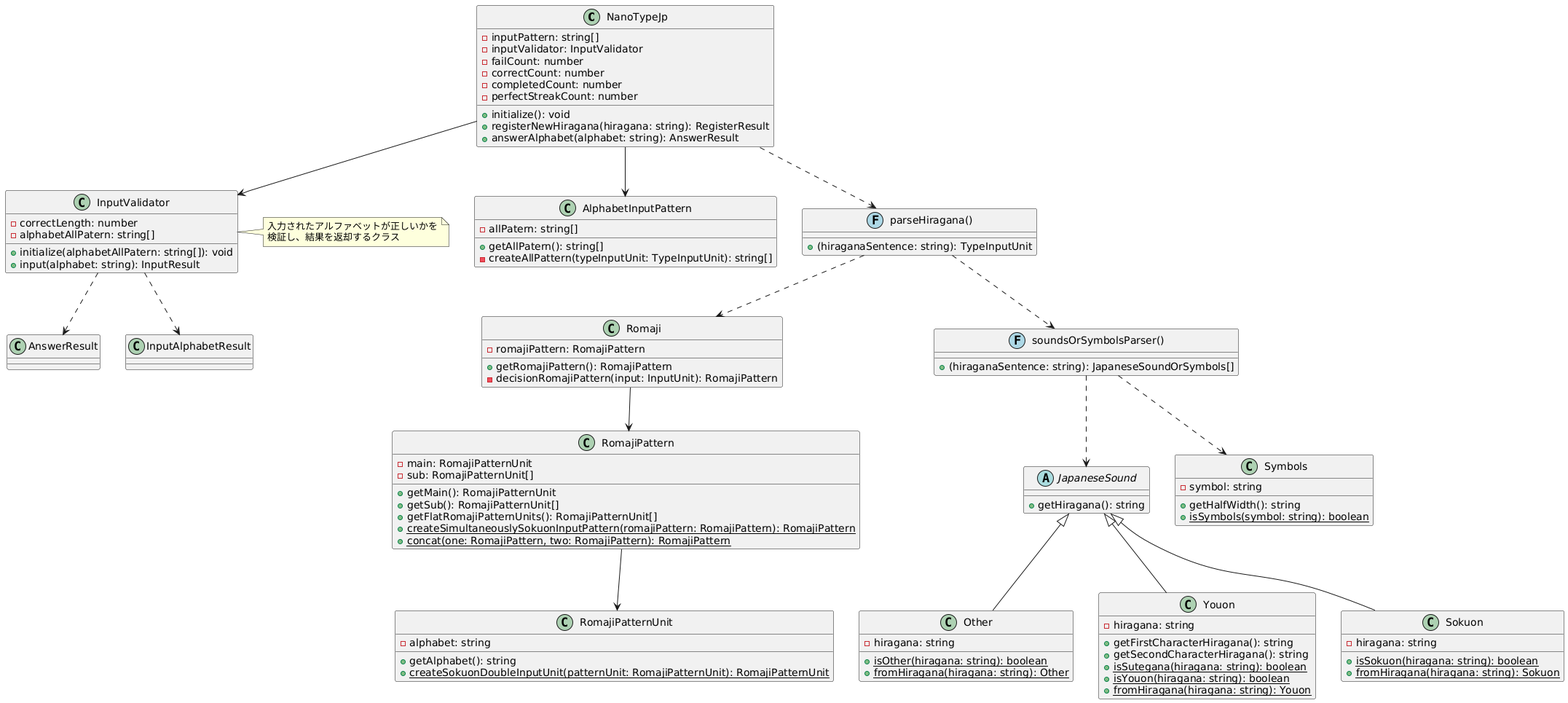
Before: docs/class.png, a diagram exported from PlantUML (shsk000/NanoType-JP). The source it was exported from:
```plantuml
@startuml
class NanoTypeJp {
  - inputPattern: string[]
  - inputValidator: InputValidator
  - failCount: number
  - correctCount: number
  - completedCount: number
  - perfectStreakCount: number
  + initialize(): void
  + registerNewHiragana(hiragana: string): RegisterResult
  + answerAlphabet(alphabet: string): AnswerResult
}

class InputValidator {
  - correctLength: number
  - alphabetAllPatern: string[]
  + initialize(alphabetAllPatern: string[]): void
  + input(alphabet: string): InputResult
}

class AlphabetInputPattern {
  - allPatern: string[]
  + getAllPatern(): string[]
  - createAllPattern(typeInputUnit: TypeInputUnit): string[]
}

abstract class JapaneseSound {
  + getHiragana(): string
}

class Other {
  - hiragana: string
  + {static} isOther(hiragana: string): boolean
  + {static} fromHiragana(hiragana: string): Other
}

class Youon {
  - hiragana: string
  + getFirstCharacterHiragana(): string
  + getSecondCharacterHiragana(): string
  + {static} isSutegana(hiragana: string): boolean
  + {static} isYouon(hiragana: string): boolean
  + {static} fromHiragana(hiragana: string): Youon
}

class Sokuon {
  - hiragana: string
  + {static} isSokuon(hiragana: string): boolean
  + {static} fromHiragana(hiragana: string): Sokuon
}

class Symbols {
  - symbol: string
  + getHalfWidth(): string
  + {static} isSymbols(symbol: string): boolean
}

class Romaji {
  - romajiPattern: RomajiPattern
  + getRomajiPattern(): RomajiPattern
  - decisionRomajiPattern(input: InputUnit): RomajiPattern
}

class RomajiPattern {
  - main: RomajiPatternUnit
  - sub: RomajiPatternUnit[]
  + getMain(): RomajiPatternUnit
  + getSub(): RomajiPatternUnit[]
  + getFlatRomajiPatternUnits(): RomajiPatternUnit[]
  + {static} createSimultaneouslySokuonInputPattern(romajiPattern: RomajiPattern): RomajiPattern
  + {static} concat(one: RomajiPattern, two: RomajiPattern): RomajiPattern
}

class RomajiPatternUnit {
  - alphabet: string
  + getAlphabet(): string
  + {static} createSokuonDoubleInputUnit(patternUnit: RomajiPatternUnit): RomajiPatternUnit
}

class "parseHiragana()" << (F,lightblue) >> {
  + (hiraganaSentence: string): TypeInputUnit
}

class "soundsOrSymbolsParser()" << (F,lightblue) >> {
  + (hiraganaSentence: string): JapaneseSoundOrSymbols[]
}

NanoTypeJp --> InputValidator
NanoTypeJp --> AlphabetInputPattern
NanoTypeJp ..> "parseHiragana()"
"parseHiragana()" ..> "soundsOrSymbolsParser()"
"parseHiragana()" ..> Romaji
Romaji --> RomajiPattern
RomajiPattern --> RomajiPatternUnit
JapaneseSound <|-- Other
JapaneseSound <|-- Youon
JapaneseSound <|-- Sokuon
"soundsOrSymbolsParser()" ..> JapaneseSound
"soundsOrSymbolsParser()" ..> Symbols

InputValidator ..> "AnswerResult"
InputValidator ..> "InputAlphabetResult"

note right of InputValidator
  入力されたアルファベットが正しいかを
  検証し、結果を返却するクラス
end note
@enduml
```
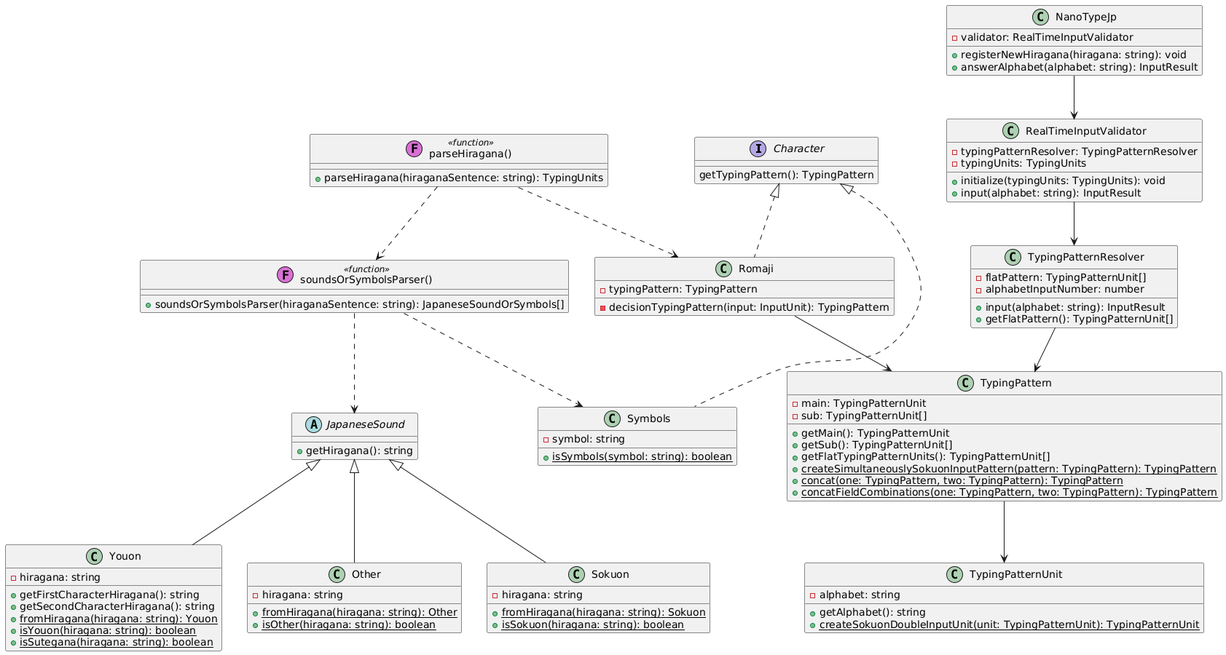
Later version of the same file.

What changed in the source:
```diff
@@ -1,108 +1,104 @@
 @startuml
-class NanoTypeJp {
-  - inputPattern: string[]
-  - inputValidator: InputValidator
-  - failCount: number
-  - correctCount: number
-  - completedCount: number
-  - perfectStreakCount: number
-  + initialize(): void
-  + registerNewHiragana(hiragana: string): RegisterResult
-  + answerAlphabet(alphabet: string): AnswerResult
+interface Character {
+  getTypingPattern(): TypingPattern
 }
 
-class InputValidator {
-  - correctLength: number
-  - alphabetAllPatern: string[]
-  + initialize(alphabetAllPatern: string[]): void
-  + input(alphabet: string): InputResult
+class NanoTypeJp {
+  -validator: RealTimeInputValidator
+  +registerNewHiragana(hiragana: string): void
+  +answerAlphabet(alphabet: string): InputResult
 }
 
-class AlphabetInputPattern {
-  - allPatern: string[]
-  + getAllPatern(): string[]
-  - createAllPattern(typeInputUnit: TypeInputUnit): string[]
+class RealTimeInputValidator {
+  -typingPatternResolver: TypingPatternResolver
+  -typingUnits: TypingUnits
+  +initialize(typingUnits: TypingUnits): void
+  +input(alphabet: string): InputResult
+}
+
+class TypingPatternResolver {
+  -flatPattern: TypingPatternUnit[]
+  -alphabetInputNumber: number
+  +input(alphabet: string): InputResult
+  +getFlatPattern(): TypingPatternUnit[]
+}
+
+class TypingPattern {
+  -main: TypingPatternUnit
+  -sub: TypingPatternUnit[]
+  +getMain(): TypingPatternUnit
+  +getSub(): TypingPatternUnit[]
+  +getFlatTypingPatternUnits(): TypingPatternUnit[]
+  {static} +createSimultaneouslySokuonInputPattern(pattern: TypingPattern): TypingPattern
+  {static} +concat(one: TypingPattern, two: TypingPattern): TypingPattern
+  {static} +concatFieldCombinations(one: TypingPattern, two: TypingPattern): TypingPattern
+}
+
+class TypingPatternUnit {
+  -alphabet: string
+  +getAlphabet(): string
+  {static} +createSokuonDoubleInputUnit(unit: TypingPatternUnit): TypingPatternUnit
 }
 
 abstract class JapaneseSound {
-  + getHiragana(): string
+  +getHiragana(): string
 }
 
 class Other {
-  - hiragana: string
-  + {static} isOther(hiragana: string): boolean
-  + {static} fromHiragana(hiragana: string): Other
+  -hiragana: string
+  {static} +fromHiragana(hiragana: string): Other
+  {static} +isOther(hiragana: string): boolean
+}
+
+class Sokuon {
+  -hiragana: string
+  {static} +fromHiragana(hiragana: string): Sokuon
+  {static} +isSokuon(hiragana: string): boolean
 }
 
 class Youon {
-  - hiragana: string
-  + getFirstCharacterHiragana(): string
-  + getSecondCharacterHiragana(): string
-  + {static} isSutegana(hiragana: string): boolean
-  + {static} isYouon(hiragana: string): boolean
-  + {static} fromHiragana(hiragana: string): Youon
+  -hiragana: string
+  +getFirstCharacterHiragana(): string
+  +getSecondCharacterHiragana(): string
+  {static} +fromHiragana(hiragana: string): Youon
+  {static} +isYouon(hiragana: string): boolean
+  {static} +isSutegana(hiragana: string): boolean
 }
 
-class Sokuon {
-  - hiragana: string
-  + {static} isSokuon(hiragana: string): boolean
-  + {static} fromHiragana(hiragana: string): Sokuon
+class Romaji {
+  -typingPattern: TypingPattern
+  -decisionTypingPattern(input: InputUnit): TypingPattern
 }
 
 class Symbols {
-  - symbol: string
-  + getHalfWidth(): string
-  + {static} isSymbols(symbol: string): boolean
+  -symbol: string
+  {static} +isSymbols(symbol: string): boolean
 }
 
-class Romaji {
-  - romajiPattern: RomajiPattern
-  + getRomajiPattern(): RomajiPattern
-  - decisionRomajiPattern(input: InputUnit): RomajiPattern
+class "parseHiragana()" as ParseHiragana << (F,orchid) function >> {
+  +parseHiragana(hiraganaSentence: string): TypingUnits
 }
 
-class RomajiPattern {
-  - main: RomajiPatternUnit
-  - sub: RomajiPatternUnit[]
-  + getMain(): RomajiPatternUnit
-  + getSub(): RomajiPatternUnit[]
-  + getFlatRomajiPatternUnits(): RomajiPatternUnit[]
-  + {static} createSimultaneouslySokuonInputPattern(romajiPattern: RomajiPattern): RomajiPattern
-  + {static} concat(one: RomajiPattern, two: RomajiPattern): RomajiPattern
+class "soundsOrSymbolsParser()" as SoundsParser << (F,orchid) function >> {
+  +soundsOrSymbolsParser(hiraganaSentence: string): JapaneseSoundOrSymbols[]
 }
 
-class RomajiPatternUnit {
-  - alphabet: string
-  + getAlphabet(): string
-  + {static} createSokuonDoubleInputUnit(patternUnit: RomajiPatternUnit): RomajiPatternUnit
-}
+Character <|.. Romaji
+Character <|.. Symbols
 
-class "parseHiragana()" << (F,lightblue) >> {
-  + (hiraganaSentence: string): TypeInputUnit
-}
+JapaneseSound <|-- Other
+JapaneseSound <|-- Sokuon
+JapaneseSound <|-- Youon
 
-class "soundsOrSymbolsParser()" << (F,lightblue) >> {
-  + (hiraganaSentence: string): JapaneseSoundOrSymbols[]
-}
+NanoTypeJp --> RealTimeInputValidator
+RealTimeInputValidator --> TypingPatternResolver
+TypingPatternResolver --> TypingPattern
+TypingPattern --> TypingPatternUnit
 
-NanoTypeJp --> InputValidator
-NanoTypeJp --> AlphabetInputPattern
-NanoTypeJp ..> "parseHiragana()"
-"parseHiragana()" ..> "soundsOrSymbolsParser()"
-"parseHiragana()" ..> Romaji
-Romaji --> RomajiPattern
-RomajiPattern --> RomajiPatternUnit
-JapaneseSound <|-- Other
-JapaneseSound <|-- Youon
-JapaneseSound <|-- Sokuon
-"soundsOrSymbolsParser()" ..> JapaneseSound
-"soundsOrSymbolsParser()" ..> Symbols
+Romaji --> TypingPattern
 
-InputValidator ..> "AnswerResult"
-InputValidator ..> "InputAlphabetResult"
-
-note right of InputValidator
-  入力されたアルファベットが正しいかを
-  検証し、結果を返却するクラス
-end note
+ParseHiragana ..> Romaji
+ParseHiragana ..> SoundsParser
+SoundsParser ..> JapaneseSound
+SoundsParser ..> Symbols
 @enduml
```
